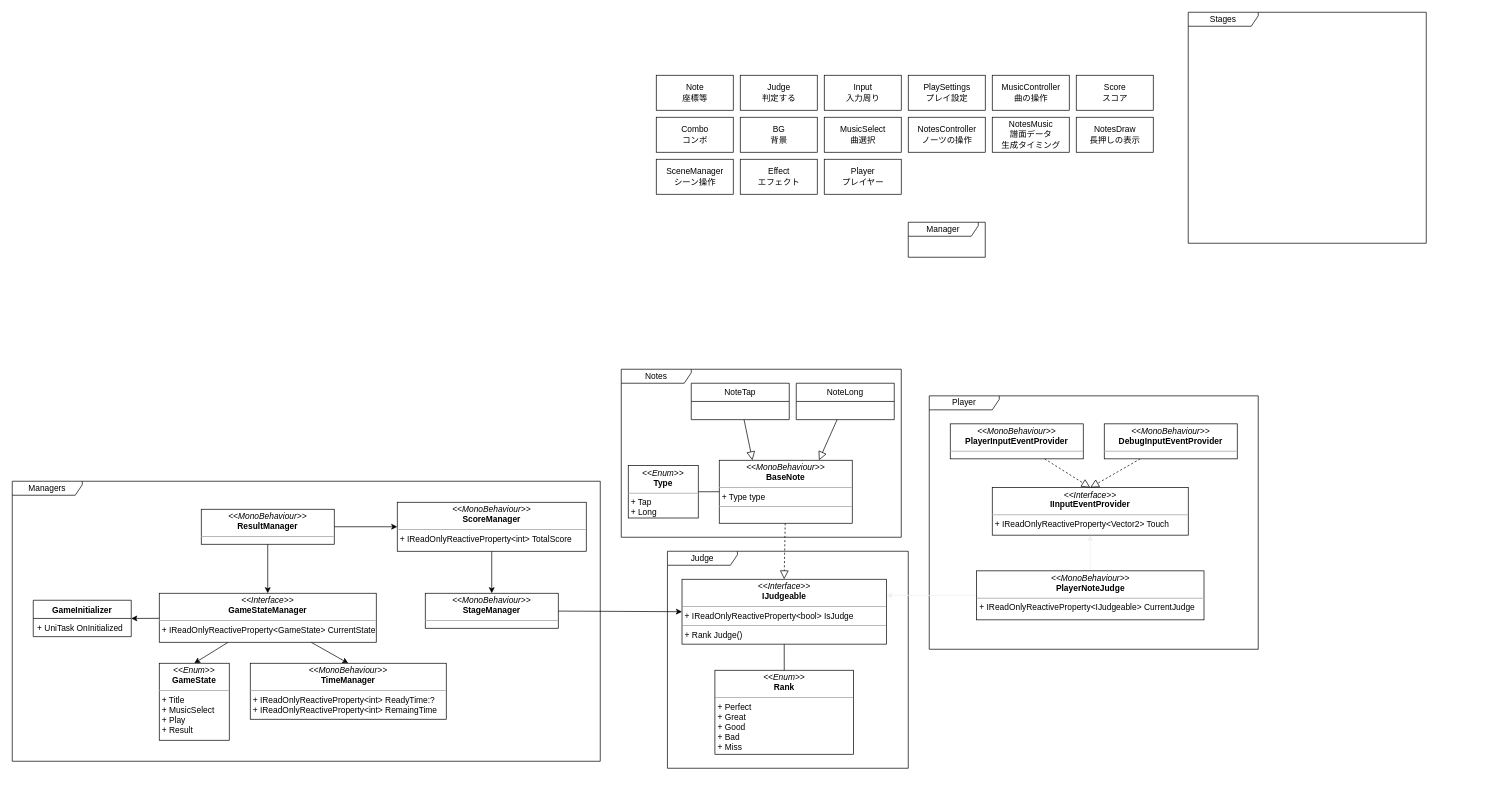
Above: Assets/Ringtone/Documents~/Ringtone.drawio in eorfeorf/Ringtone (draw.io), before the change. Source tidied: cells renumbered, new cells numbered last; positions are measured from the earlier drawing's top-left corner, leaving out a move shared by most shapes. Both pictures are drawn from the tidied source at 70%, with x=0, y=0 at pixel (12, 12).
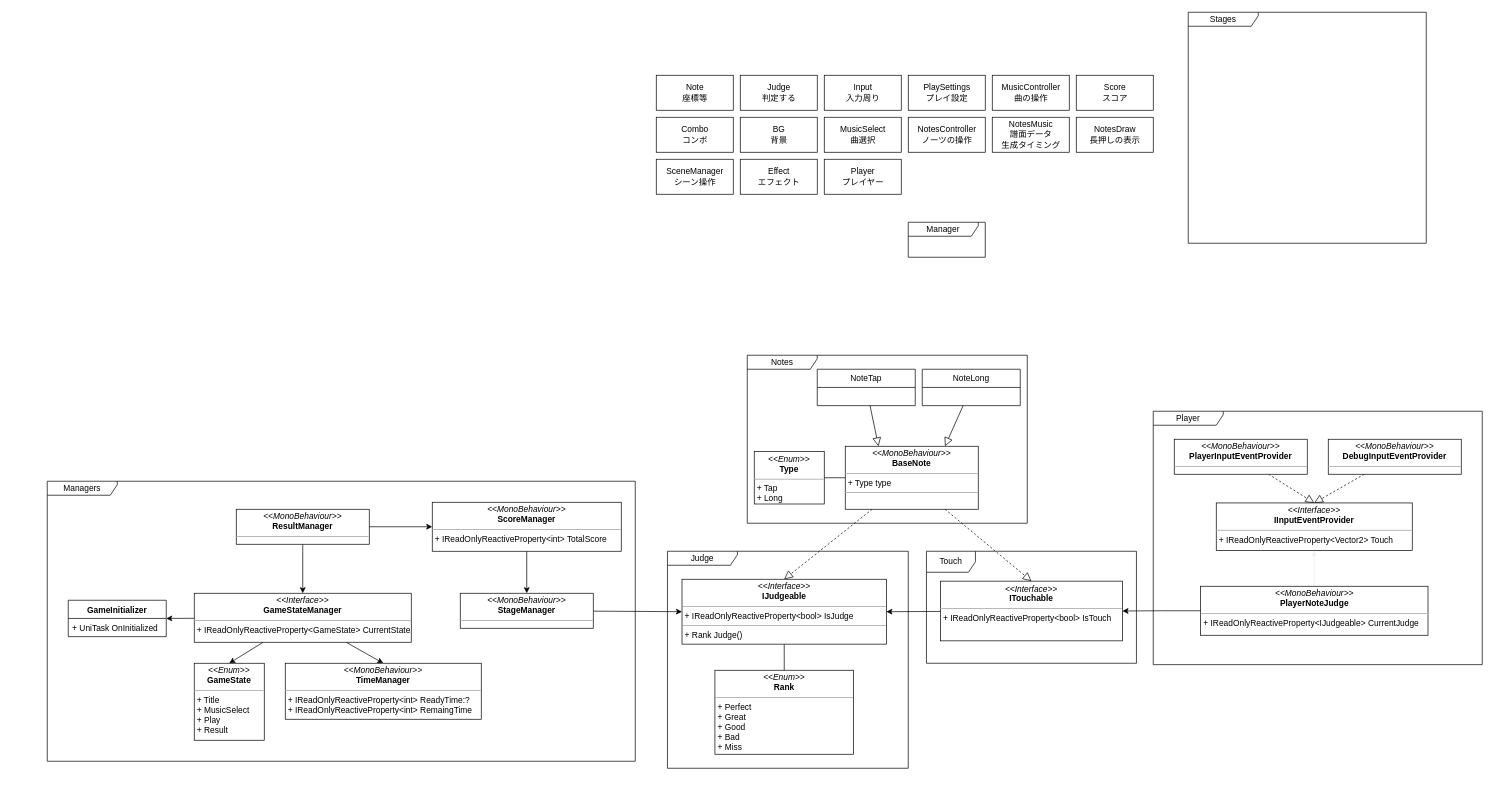
The same page after the edit.

Unchanged cells that the change refers to:
```xml
<mxCell id="28" value="&lt;p style=&quot;margin: 0px ; margin-top: 4px ; text-align: center&quot;&gt;&lt;i&gt;&amp;lt;&amp;lt;Interface&amp;gt;&amp;gt;&lt;/i&gt;&lt;br&gt;&lt;b&gt;IJudgeable&lt;/b&gt;&lt;/p&gt;&lt;hr size=&quot;1&quot;&gt;&lt;p style=&quot;margin: 0px ; margin-left: 4px&quot;&gt;+ IReadOnlyReactiveProperty&amp;lt;bool&amp;gt; IsJudge&lt;/p&gt;&lt;hr size=&quot;1&quot;&gt;&lt;p style=&quot;margin: 0px ; margin-left: 4px&quot;&gt;+ Rank Judge()&lt;/p&gt;" style="verticalAlign=top;align=left;overflow=fill;fontSize=12;fontFamily=Helvetica;html=1;" parent="25" vertex="1">
  <mxGeometry x="20.8" y="40" width="291.9" height="92.7" as="geometry" />
</mxCell>
```

Change to the diagram source:
```diff
@@
     <mxCell id="2" value="Notes" style="shape=umlFrame;whiteSpace=wrap;html=1;width=100;height=20;" parent="1" vertex="1">
-      <mxGeometry x="870" y="510" width="400" height="240" as="geometry" />
+      <mxGeometry x="1050" y="490" width="400" height="240" as="geometry" />
     </mxCell>
     <mxCell id="3" value="Managers" style="shape=umlFrame;whiteSpace=wrap;html=1;width=100;height=20;" parent="1" vertex="1">
-      <mxGeometry y="670" width="840" height="400" as="geometry" />
+      <mxGeometry x="50" y="670" width="840" height="400" as="geometry" />
     </mxCell>
@@
-    <mxCell id="19" value="Player" style="shape=umlFrame;whiteSpace=wrap;html=1;width=100;height=20;" parent="1" vertex="1">
-      <mxGeometry x="1310" y="548" width="470" height="362" as="geometry" />
-    </mxCell>
@@
     <mxCell id="23" value="&lt;p style=&quot;margin: 0px ; margin-top: 4px ; text-align: center&quot;&gt;&lt;i&gt;&amp;lt;&amp;lt;MonoBehaviour&amp;gt;&amp;gt;&lt;/i&gt;&lt;br&gt;&lt;b&gt;BaseNote&lt;/b&gt;&lt;/p&gt;&lt;hr size=&quot;1&quot;&gt;&lt;p style=&quot;margin: 0px ; margin-left: 4px&quot;&gt;+ Type type&lt;/p&gt;&lt;hr size=&quot;1&quot;&gt;&lt;p style=&quot;margin: 0px ; margin-left: 4px&quot;&gt;&lt;br&gt;&lt;/p&gt;" style="verticalAlign=top;align=left;overflow=fill;fontSize=12;fontFamily=Helvetica;html=1;" parent="1" vertex="1">
-      <mxGeometry x="1010" y="640" width="190" height="90" as="geometry" />
+      <mxGeometry x="1190" y="620" width="190" height="90" as="geometry" />
     </mxCell>
@@
-    <mxCell id="32" value="&lt;p style=&quot;margin: 0px ; margin-top: 4px ; text-align: center&quot;&gt;&lt;i&gt;&amp;lt;&amp;lt;Interface&amp;gt;&amp;gt;&lt;/i&gt;&lt;br&gt;&lt;b&gt;IInputEventProvider&lt;/b&gt;&lt;/p&gt;&lt;hr size=&quot;1&quot;&gt;&lt;p style=&quot;margin: 0px ; margin-left: 4px&quot;&gt;+ IReadOnlyReactiveProperty&amp;lt;Vector2&amp;gt; Touch&lt;br&gt;&lt;/p&gt;" style="verticalAlign=top;align=left;overflow=fill;fontSize=12;fontFamily=Helvetica;html=1;" parent="1" vertex="1">
-      <mxGeometry x="1400" y="679" width="280" height="68" as="geometry" />
-    </mxCell>
-    <mxCell id="33" style="edgeStyle=none;rounded=0;jettySize=auto;html=1;entryX=0.5;entryY=0;entryDx=0;entryDy=0;endArrow=block;endFill=0;endSize=10;strokeWidth=1;dashed=1;" parent="1" edge="1" source="34" target="32">
-      <mxGeometry relative="1" as="geometry" />
-    </mxCell>
-    <mxCell id="34" value="&lt;p style=&quot;margin: 0px ; margin-top: 4px ; text-align: center&quot;&gt;&lt;i&gt;&amp;lt;&amp;lt;MonoBehaviour&amp;gt;&amp;gt;&lt;/i&gt;&lt;br&gt;&lt;b&gt;PlayerInputEventProvider&lt;/b&gt;&lt;/p&gt;&lt;hr size=&quot;1&quot;&gt;&lt;p style=&quot;margin: 0px ; margin-left: 4px&quot;&gt;&lt;br&gt;&lt;/p&gt;" style="verticalAlign=top;align=left;overflow=fill;fontSize=12;fontFamily=Helvetica;html=1;" parent="1" vertex="1">
-      <mxGeometry x="1340" y="588" width="190" height="50" as="geometry" />
-    </mxCell>
-    <mxCell id="35" style="edgeStyle=none;rounded=0;jettySize=auto;html=1;entryX=0.5;entryY=0;entryDx=0;entryDy=0;endArrow=block;endFill=0;endSize=10;strokeWidth=1;dashed=1;" parent="1" edge="1" source="36" target="32">
-      <mxGeometry relative="1" as="geometry" />
-    </mxCell>
-    <mxCell id="36" value="&lt;p style=&quot;margin: 0px ; margin-top: 4px ; text-align: center&quot;&gt;&lt;i&gt;&amp;lt;&amp;lt;MonoBehaviour&amp;gt;&amp;gt;&lt;/i&gt;&lt;br&gt;&lt;b&gt;DebugInputEventProvider&lt;/b&gt;&lt;/p&gt;&lt;hr size=&quot;1&quot;&gt;&lt;p style=&quot;margin: 0px ; margin-left: 4px&quot;&gt;&lt;br&gt;&lt;/p&gt;" style="verticalAlign=top;align=left;overflow=fill;fontSize=12;fontFamily=Helvetica;html=1;" parent="1" vertex="1">
-      <mxGeometry x="1560" y="588" width="190" height="50" as="geometry" />
-    </mxCell>
@@
     <mxCell id="38" value="&lt;p style=&quot;margin: 0px ; margin-top: 4px ; text-align: center&quot;&gt;&lt;i&gt;&amp;lt;&amp;lt;Enum&amp;gt;&amp;gt;&lt;/i&gt;&lt;br&gt;&lt;b&gt;Type&lt;/b&gt;&lt;/p&gt;&lt;hr size=&quot;1&quot;&gt;&lt;p style=&quot;margin: 0px ; margin-left: 4px&quot;&gt;+ Tap&lt;br&gt;&lt;/p&gt;&lt;p style=&quot;margin: 0px ; margin-left: 4px&quot;&gt;+ Long&lt;/p&gt;" style="verticalAlign=top;align=left;overflow=fill;fontSize=12;fontFamily=Helvetica;html=1;" parent="1" vertex="1">
-      <mxGeometry x="880" y="647.5" width="100" height="75" as="geometry" />
+      <mxGeometry x="1060" y="627.5" width="100" height="75" as="geometry" />
     </mxCell>
-    <mxCell id="39" style="edgeStyle=none;rounded=0;jettySize=auto;html=1;endArrow=classic;endFill=1;strokeColor=#f0f0f0;strokeWidth=1;" parent="1" edge="1" source="41" target="32">
-      <mxGeometry relative="1" as="geometry" />
-    </mxCell>
-    <mxCell id="40" style="edgeStyle=none;rounded=0;jettySize=auto;html=1;entryX=1;entryY=0.25;entryDx=0;entryDy=0;endArrow=classic;endFill=1;strokeColor=#f0f0f0;strokeWidth=1;exitX=0;exitY=0.5;exitDx=0;exitDy=0;" parent="1" edge="1" source="41" target="28">
-      <mxGeometry relative="1" as="geometry" />
-    </mxCell>
-    <mxCell id="41" value="&lt;p style=&quot;margin: 0px ; margin-top: 4px ; text-align: center&quot;&gt;&lt;i&gt;&amp;lt;&amp;lt;MonoBehaviour&amp;gt;&amp;gt;&lt;/i&gt;&lt;br&gt;&lt;b&gt;PlayerNoteJudge&lt;/b&gt;&lt;/p&gt;&lt;hr size=&quot;1&quot;&gt;&lt;p style=&quot;margin: 0px ; margin-left: 4px&quot;&gt;+ IReadOnlyReactiveProperty&amp;lt;IJudgeable&amp;gt; CurrentJudge&lt;br&gt;&lt;/p&gt;" style="verticalAlign=top;align=left;overflow=fill;fontSize=12;fontFamily=Helvetica;html=1;" parent="1" vertex="1">
-      <mxGeometry x="1377.5" y="798" width="325" height="70" as="geometry" />
-    </mxCell>
@@
     <mxCell id="45" value="&lt;p style=&quot;margin: 0px ; margin-top: 4px ; text-align: center&quot;&gt;&lt;i&gt;&amp;lt;&amp;lt;Interface&amp;gt;&amp;gt;&lt;/i&gt;&lt;br&gt;&lt;b&gt;GameStateManager&lt;/b&gt;&lt;/p&gt;&lt;hr size=&quot;1&quot;&gt;&lt;p style=&quot;margin: 0px ; margin-left: 4px&quot;&gt;+ IReadOnlyReactiveProperty&amp;lt;GameState&amp;gt; CurrentState&lt;/p&gt;" style="verticalAlign=top;align=left;overflow=fill;fontSize=12;fontFamily=Helvetica;html=1;" parent="1" vertex="1">
-      <mxGeometry x="210" y="830" width="310" height="70" as="geometry" />
+      <mxGeometry x="260" y="830" width="310" height="70" as="geometry" />
     </mxCell>
     <mxCell id="46" value="&lt;p style=&quot;margin: 0px ; margin-top: 4px ; text-align: center&quot;&gt;&lt;i&gt;&amp;lt;&amp;lt;Enum&amp;gt;&amp;gt;&lt;/i&gt;&lt;br&gt;&lt;b&gt;GameState&lt;/b&gt;&lt;/p&gt;&lt;hr size=&quot;1&quot;&gt;&lt;p style=&quot;margin: 0px ; margin-left: 4px&quot;&gt;+ Title&lt;br&gt;&lt;/p&gt;&lt;p style=&quot;margin: 0px ; margin-left: 4px&quot;&gt;+ MusicSelect&lt;/p&gt;&lt;p style=&quot;margin: 0px ; margin-left: 4px&quot;&gt;+ Play&lt;/p&gt;&lt;p style=&quot;margin: 0px ; margin-left: 4px&quot;&gt;+ Result&lt;/p&gt;&lt;p style=&quot;margin: 0px ; margin-left: 4px&quot;&gt;&lt;br&gt;&lt;/p&gt;" style="verticalAlign=top;align=left;overflow=fill;fontSize=12;fontFamily=Helvetica;html=1;" parent="1" vertex="1">
-      <mxGeometry x="210" y="930" width="100" height="110" as="geometry" />
+      <mxGeometry x="260" y="930" width="100" height="110" as="geometry" />
     </mxCell>
     <mxCell id="47" value="&lt;p style=&quot;margin: 0px ; margin-top: 4px ; text-align: center&quot;&gt;&lt;i&gt;&amp;lt;&amp;lt;MonoBehaviour&amp;gt;&amp;gt;&lt;/i&gt;&lt;br&gt;&lt;b&gt;TimeManager&lt;/b&gt;&lt;/p&gt;&lt;hr size=&quot;1&quot;&gt;&lt;p style=&quot;margin: 0px ; margin-left: 4px&quot;&gt;+ IReadOnlyReactiveProperty&amp;lt;int&amp;gt; ReadyTime:?&lt;/p&gt;&lt;p style=&quot;margin: 0px ; margin-left: 4px&quot;&gt;+ IReadOnlyReactiveProperty&amp;lt;int&amp;gt; RemaingTime&lt;/p&gt;" style="verticalAlign=top;align=left;overflow=fill;fontSize=12;fontFamily=Helvetica;html=1;" parent="1" vertex="1">
-      <mxGeometry x="340" y="930" width="280" height="80" as="geometry" />
+      <mxGeometry x="390" y="930" width="280" height="80" as="geometry" />
     </mxCell>
@@
     <mxCell id="50" value="&lt;p style=&quot;margin: 0px ; margin-top: 4px ; text-align: center&quot;&gt;&lt;i&gt;&amp;lt;&amp;lt;MonoBehaviour&amp;gt;&amp;gt;&lt;/i&gt;&lt;br&gt;&lt;b&gt;ResultManager&lt;/b&gt;&lt;/p&gt;&lt;hr size=&quot;1&quot;&gt;&lt;p style=&quot;margin: 0px ; margin-left: 4px&quot;&gt;&lt;br&gt;&lt;/p&gt;" style="verticalAlign=top;align=left;overflow=fill;fontSize=12;fontFamily=Helvetica;html=1;" parent="1" vertex="1">
-      <mxGeometry x="270" y="710" width="190" height="50" as="geometry" />
+      <mxGeometry x="320" y="710" width="190" height="50" as="geometry" />
     </mxCell>
@@
     <mxCell id="52" value="&lt;p style=&quot;margin: 0px ; margin-top: 4px ; text-align: center&quot;&gt;&lt;i&gt;&amp;lt;&amp;lt;MonoBehaviour&amp;gt;&amp;gt;&lt;/i&gt;&lt;br&gt;&lt;b&gt;ScoreManager&lt;/b&gt;&lt;/p&gt;&lt;hr size=&quot;1&quot;&gt;&lt;p style=&quot;margin: 0px ; margin-left: 4px&quot;&gt;+ IReadOnlyReactiveProperty&amp;lt;int&amp;gt; TotalScore&lt;/p&gt;" style="verticalAlign=top;align=left;overflow=fill;fontSize=12;fontFamily=Helvetica;html=1;" parent="1" vertex="1">
-      <mxGeometry x="550" y="700" width="270" height="70" as="geometry" />
+      <mxGeometry x="600" y="700" width="270" height="70" as="geometry" />
     </mxCell>
@@
     <mxCell id="54" value="&lt;p style=&quot;margin: 0px ; margin-top: 4px ; text-align: center&quot;&gt;&lt;i&gt;&amp;lt;&amp;lt;MonoBehaviour&amp;gt;&amp;gt;&lt;/i&gt;&lt;br&gt;&lt;b&gt;StageManager&lt;/b&gt;&lt;/p&gt;&lt;hr size=&quot;1&quot;&gt;&lt;p style=&quot;margin: 0px ; margin-left: 4px&quot;&gt;&lt;br&gt;&lt;/p&gt;" style="verticalAlign=top;align=left;overflow=fill;fontSize=12;fontFamily=Helvetica;html=1;" parent="1" vertex="1">
-      <mxGeometry x="590" y="830" width="190" height="50" as="geometry" />
+      <mxGeometry x="640" y="830" width="190" height="50" as="geometry" />
     </mxCell>
+    <mxCell id="59" style="group;" parent="1" vertex="1">
+      <mxGeometry x="1630" y="570" width="470" height="362" as="geometry" />
+    </mxCell>
+    <mxCell id="19" value="Player" style="shape=umlFrame;whiteSpace=wrap;html=1;width=100;height=20;" parent="59" vertex="1">
+      <mxGeometry width="470" height="362" as="geometry" />
+    </mxCell>
+    <mxCell id="32" value="&lt;p style=&quot;margin: 0px ; margin-top: 4px ; text-align: center&quot;&gt;&lt;i&gt;&amp;lt;&amp;lt;Interface&amp;gt;&amp;gt;&lt;/i&gt;&lt;br&gt;&lt;b&gt;IInputEventProvider&lt;/b&gt;&lt;/p&gt;&lt;hr size=&quot;1&quot;&gt;&lt;p style=&quot;margin: 0px ; margin-left: 4px&quot;&gt;+ IReadOnlyReactiveProperty&amp;lt;Vector2&amp;gt; Touch&lt;br&gt;&lt;/p&gt;" style="verticalAlign=top;align=left;overflow=fill;fontSize=12;fontFamily=Helvetica;html=1;" parent="59" vertex="1">
+      <mxGeometry x="90" y="131" width="280" height="68" as="geometry" />
+    </mxCell>
+    <mxCell id="33" style="edgeStyle=none;rounded=0;jettySize=auto;html=1;entryX=0.5;entryY=0;entryDx=0;entryDy=0;endArrow=block;endFill=0;endSize=10;strokeWidth=1;dashed=1;" parent="59" edge="1" source="34" target="32">
+      <mxGeometry relative="1" as="geometry" />
+    </mxCell>
+    <mxCell id="34" value="&lt;p style=&quot;margin: 0px ; margin-top: 4px ; text-align: center&quot;&gt;&lt;i&gt;&amp;lt;&amp;lt;MonoBehaviour&amp;gt;&amp;gt;&lt;/i&gt;&lt;br&gt;&lt;b&gt;PlayerInputEventProvider&lt;/b&gt;&lt;/p&gt;&lt;hr size=&quot;1&quot;&gt;&lt;p style=&quot;margin: 0px ; margin-left: 4px&quot;&gt;&lt;br&gt;&lt;/p&gt;" style="verticalAlign=top;align=left;overflow=fill;fontSize=12;fontFamily=Helvetica;html=1;" parent="59" vertex="1">
+      <mxGeometry x="30" y="40" width="190" height="50" as="geometry" />
+    </mxCell>
+    <mxCell id="35" style="edgeStyle=none;rounded=0;jettySize=auto;html=1;entryX=0.5;entryY=0;entryDx=0;entryDy=0;endArrow=block;endFill=0;endSize=10;strokeWidth=1;dashed=1;" parent="59" edge="1" source="36" target="32">
+      <mxGeometry relative="1" as="geometry" />
+    </mxCell>
+    <mxCell id="36" value="&lt;p style=&quot;margin: 0px ; margin-top: 4px ; text-align: center&quot;&gt;&lt;i&gt;&amp;lt;&amp;lt;MonoBehaviour&amp;gt;&amp;gt;&lt;/i&gt;&lt;br&gt;&lt;b&gt;DebugInputEventProvider&lt;/b&gt;&lt;/p&gt;&lt;hr size=&quot;1&quot;&gt;&lt;p style=&quot;margin: 0px ; margin-left: 4px&quot;&gt;&lt;br&gt;&lt;/p&gt;" style="verticalAlign=top;align=left;overflow=fill;fontSize=12;fontFamily=Helvetica;html=1;" parent="59" vertex="1">
+      <mxGeometry x="250" y="40" width="190" height="50" as="geometry" />
+    </mxCell>
+    <mxCell id="39" style="edgeStyle=none;rounded=0;jettySize=auto;html=1;endArrow=classic;endFill=1;strokeColor=#f0f0f0;strokeWidth=1;" parent="59" edge="1" source="41" target="32">
+      <mxGeometry relative="1" as="geometry" />
+    </mxCell>
+    <mxCell id="41" value="&lt;p style=&quot;margin: 0px ; margin-top: 4px ; text-align: center&quot;&gt;&lt;i&gt;&amp;lt;&amp;lt;MonoBehaviour&amp;gt;&amp;gt;&lt;/i&gt;&lt;br&gt;&lt;b&gt;PlayerNoteJudge&lt;/b&gt;&lt;/p&gt;&lt;hr size=&quot;1&quot;&gt;&lt;p style=&quot;margin: 0px ; margin-left: 4px&quot;&gt;+ IReadOnlyReactiveProperty&amp;lt;IJudgeable&amp;gt; CurrentJudge&lt;br&gt;&lt;/p&gt;" style="verticalAlign=top;align=left;overflow=fill;fontSize=12;fontFamily=Helvetica;html=1;" parent="59" vertex="1">
+      <mxGeometry x="67.5" y="250" width="325" height="70" as="geometry" />
+    </mxCell>
+    <mxCell id="60" style="edgeStyle=orthogonalEdgeStyle;rounded=0;jettySize=auto;html=1;entryX=1;entryY=0.5;entryDx=0;entryDy=0;" parent="1" edge="1" source="41" target="63">
+      <mxGeometry relative="1" as="geometry" />
+    </mxCell>
+    <mxCell id="61" style="group;" parent="1" vertex="1">
+      <mxGeometry x="1306" y="770" width="300" height="160" as="geometry" />
+    </mxCell>
+    <mxCell id="62" value="Touch" style="shape=umlFrame;whiteSpace=wrap;html=1;width=70;height=30;" parent="61" vertex="1">
+      <mxGeometry width="300" height="160" as="geometry" />
+    </mxCell>
+    <mxCell id="63" value="&lt;p style=&quot;margin: 0px ; margin-top: 4px ; text-align: center&quot;&gt;&lt;i&gt;&amp;lt;&amp;lt;Interface&amp;gt;&amp;gt;&lt;/i&gt;&lt;br&gt;&lt;b&gt;ITouchable&lt;/b&gt;&lt;/p&gt;&lt;hr size=&quot;1&quot;&gt;&lt;p style=&quot;margin: 0px ; margin-left: 4px&quot;&gt;+ IReadOnlyReactiveProperty&amp;lt;bool&amp;gt; IsTouch&lt;br&gt;&lt;/p&gt;" style="verticalAlign=top;align=left;overflow=fill;fontSize=12;fontFamily=Helvetica;html=1;" parent="61" vertex="1">
+      <mxGeometry x="20" y="42.7" width="260" height="85.3" as="geometry" />
+    </mxCell>
+    <mxCell id="64" style="rounded=0;jettySize=auto;html=1;entryX=1;entryY=0.5;entryDx=0;entryDy=0;" parent="1" edge="1" source="63" target="28">
+      <mxGeometry relative="1" as="geometry" />
+    </mxCell>
+    <mxCell id="65" style="rounded=0;jettySize=auto;html=1;entryX=0.5;entryY=0;entryDx=0;entryDy=0;endArrow=block;endFill=0;dashed=1;strokeWidth=1;endSize=10;exitX=0.75;exitY=1;exitDx=0;exitDy=0;" parent="1" edge="1" source="23" target="63">
+      <mxGeometry relative="1" as="geometry" />
+    </mxCell>
+    <mxCell id="57" value="NoteTap" style="swimlane;fontStyle=0;horizontal=1;startSize=26;fillColor=none;" parent="1" vertex="1">
+      <mxGeometry x="1150" y="510" width="140" height="52" as="geometry" />
+    </mxCell>
+    <mxCell id="58" value="NoteLong" style="swimlane;fontStyle=0;horizontal=1;startSize=26;fillColor=none;" parent="1" vertex="1">
+      <mxGeometry x="1300" y="510" width="140" height="52" as="geometry" />
+    </mxCell>
     <mxCell id="55" value="GameInitializer" style="swimlane;fontStyle=1;align=center;verticalAlign=top;horizontal=1;startSize=26;" parent="1" vertex="1">
-      <mxGeometry x="30" y="840" width="140" height="52" as="geometry" />
+      <mxGeometry x="80" y="840" width="140" height="52" as="geometry" />
     </mxCell>
@@
-    <mxCell id="57" value="NoteTap" style="swimlane;fontStyle=0;horizontal=1;startSize=26;fillColor=none;" parent="1" vertex="1">
-      <mxGeometry x="970" y="530" width="140" height="52" as="geometry" />
-    </mxCell>
-    <mxCell id="58" value="NoteLong" style="swimlane;fontStyle=0;horizontal=1;startSize=26;fillColor=none;" parent="1" vertex="1">
-      <mxGeometry x="1120" y="530" width="140" height="52" as="geometry" />
-    </mxCell>
```
